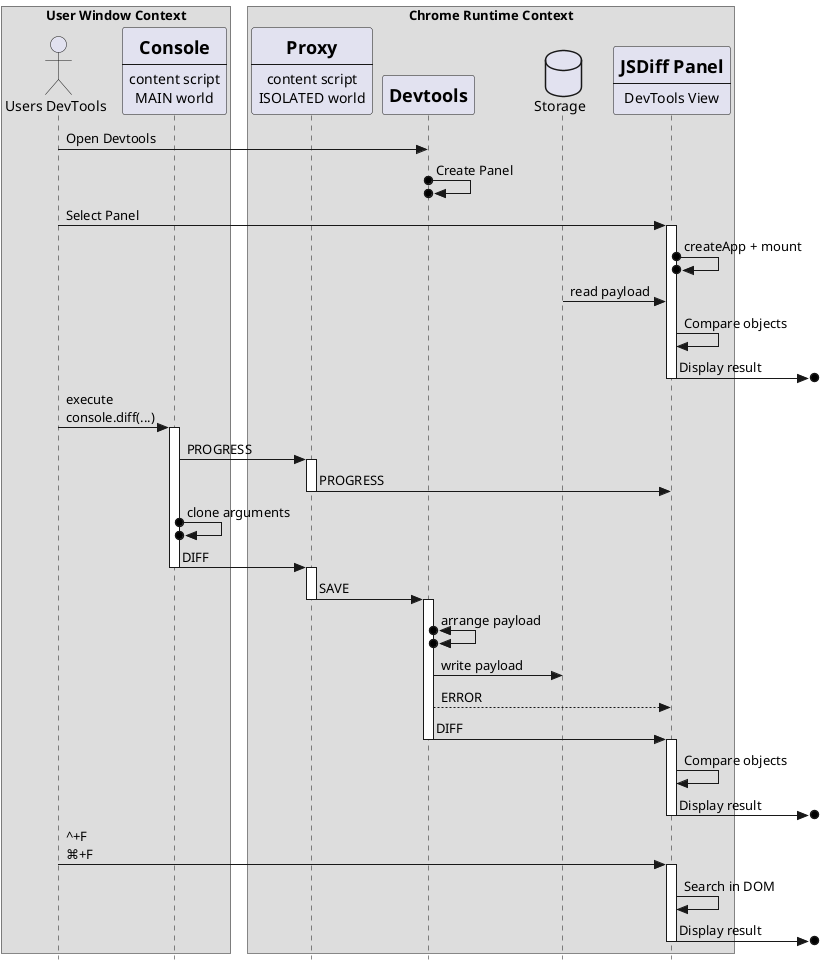
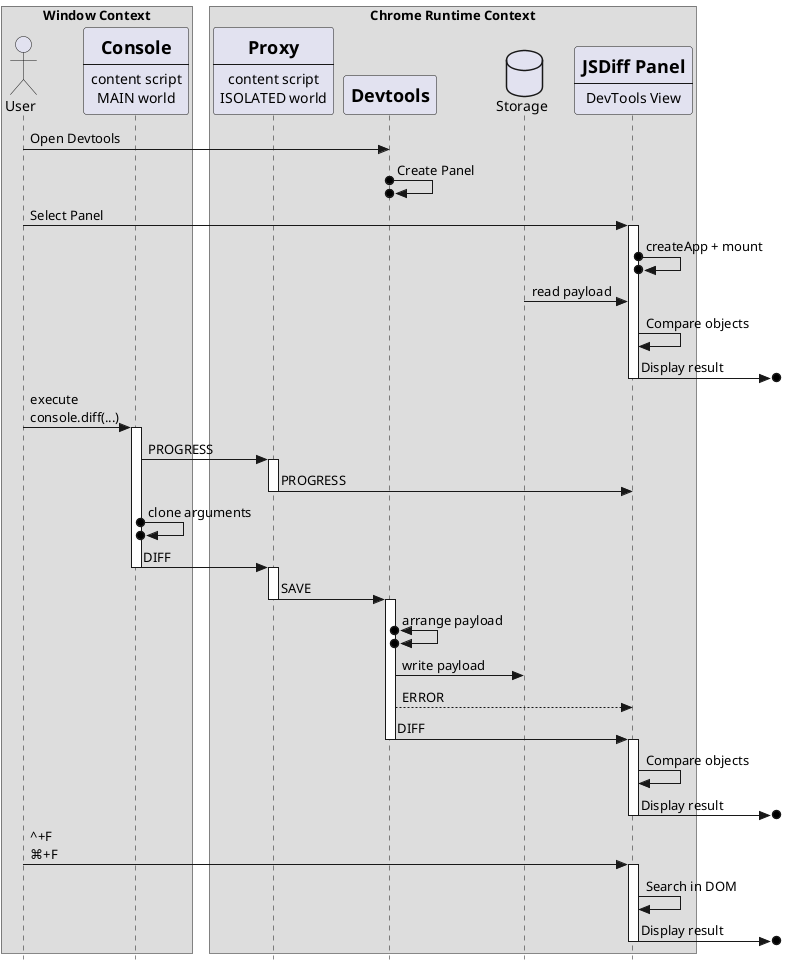
@startuml
skinparam style strictuml

- box "User Window Context"
- actor "Users DevTools" as User
+ box "Window Context"
+ actor "User" as User
participant Console [
  =Console
  ----
  content script
  MAIN world
]
end box
box "Chrome Runtime Context"
participant Proxy [
  =Proxy
  ----
  content script
  ISOLATED world
]
participant Devtools [
  =Devtools
]
database Storage
participant Panel [
  =JSDiff Panel
  ----
  DevTools View
]
end box

User -> Devtools: Open Devtools
Devtools o->o Devtools: Create Panel
User -> Panel: Select Panel

activate Panel
Panel o->o Panel: createApp + mount
Storage -> Panel: read payload
Panel -> Panel: Compare objects
Panel ->o]: Display result
deactivate Panel

User -> Console: execute\nconsole.diff(...)

activate Console
Console -> Proxy: PROGRESS
activate Proxy
Proxy -> Panel: PROGRESS
deactivate Proxy
Console o->o Console: clone arguments
Console -> Proxy: DIFF
deactivate Console
activate Proxy
Proxy -> Devtools: SAVE
deactivate Proxy

activate Devtools
Devtools o<->o Devtools: arrange payload
Devtools -> Storage: write payload
Devtools --> Panel: ERROR
Devtools -> Panel: DIFF
deactivate Devtools

activate Panel
Panel -> Panel: Compare objects
Panel ->o]: Display result
deactivate Panel

User -> Panel: ^+F\n⌘+F

activate Panel
Panel -> Panel: Search in DOM
Panel ->o]: Display result
deactivate Panel
+ 
@enduml
